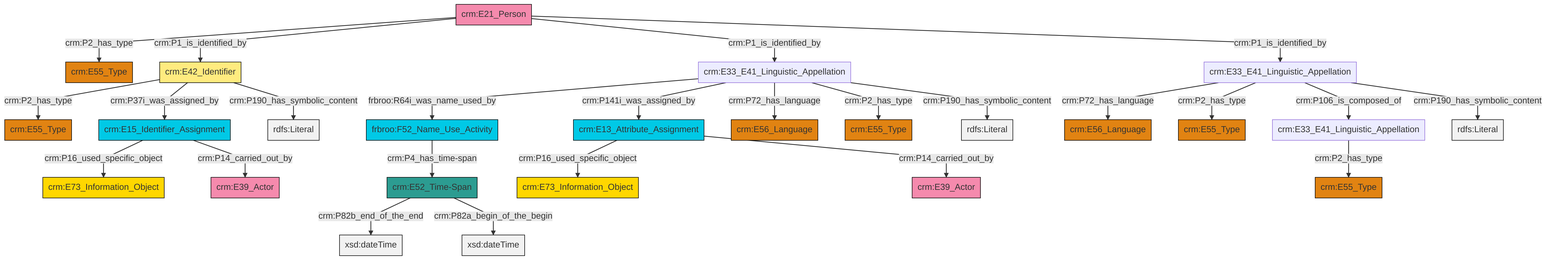
This is et/personCSV/ttl/mmd/png/Person_Names_and_Classification.png from swiss-art-research-net/reference-data-models, a Mermaid export, as it was before one commit. Its source is kept beside it as et/personCSV/ttl/mmd/Person_Names_and_Classification.ttl.mmd.
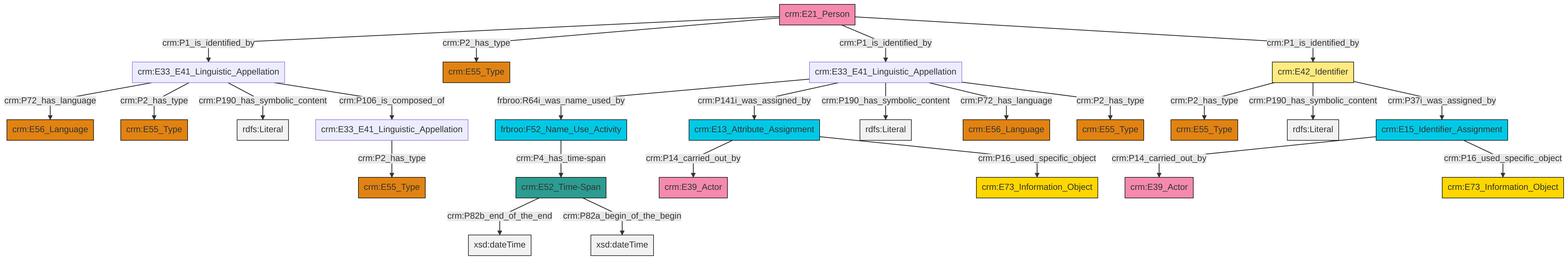
Above is the later version.

What changed in the source:
```diff
@@ -13,27 +13,27 @@
 classDef PC_Classes fill:#4ce600, stroke:#000000;
 classDef Multi fill:#cccccc,stroke:#000000;
 
-0["crm:E13_Attribute_Assignment"]:::Temporal_Entity -->|crm:P16_used_specific_object| 1["crm:E73_Information_Object"]:::Conceptual_Object
-2["crm:E42_Identifier"]:::Appellation -->|crm:P2_has_type| 3["crm:E55_Type"]:::Type
-4["crm:E21_Person"]:::Actor -->|crm:P2_has_type| 5["crm:E55_Type"]:::Type
-10["crm:E33_E41_Linguistic_Appellation"]:::Default -->|frbroo:R64i_was_name_used_by| 8["frbroo:F52_Name_Use_Activity"]:::Temporal_Entity
-8["frbroo:F52_Name_Use_Activity"]:::Temporal_Entity -->|crm:P4_has_time-span| 13["crm:E52_Time-Span"]:::Time-Span
-10["crm:E33_E41_Linguistic_Appellation"]:::Default -->|crm:P141i_was_assigned_by| 0["crm:E13_Attribute_Assignment"]:::Temporal_Entity
-20["crm:E15_Identifier_Assignment"]:::Temporal_Entity -->|crm:P16_used_specific_object| 17["crm:E73_Information_Object"]:::Conceptual_Object
-2["crm:E42_Identifier"]:::Appellation -->|crm:P37i_was_assigned_by| 20["crm:E15_Identifier_Assignment"]:::Temporal_Entity
-15["crm:E33_E41_Linguistic_Appellation"]:::Default -->|crm:P72_has_language| 24["crm:E56_Language"]:::Type
-13["crm:E52_Time-Span"]:::Time-Span -->|crm:P82b_end_of_the_end| 25[xsd:dateTime]:::Literal
-4["crm:E21_Person"]:::Actor -->|crm:P1_is_identified_by| 2["crm:E42_Identifier"]:::Appellation
-10["crm:E33_E41_Linguistic_Appellation"]:::Default -->|crm:P72_has_language| 26["crm:E56_Language"]:::Type
-21["crm:E33_E41_Linguistic_Appellation"]:::Default -->|crm:P2_has_type| 28["crm:E55_Type"]:::Type
-4["crm:E21_Person"]:::Actor -->|crm:P1_is_identified_by| 10["crm:E33_E41_Linguistic_Appellation"]:::Default
-2["crm:E42_Identifier"]:::Appellation -->|crm:P190_has_symbolic_content| 30[rdfs:Literal]:::Literal
-15["crm:E33_E41_Linguistic_Appellation"]:::Default -->|crm:P2_has_type| 33["crm:E55_Type"]:::Type
-10["crm:E33_E41_Linguistic_Appellation"]:::Default -->|crm:P2_has_type| 6["crm:E55_Type"]:::Type
-10["crm:E33_E41_Linguistic_Appellation"]:::Default -->|crm:P190_has_symbolic_content| 35[rdfs:Literal]:::Literal
-20["crm:E15_Identifier_Assignment"]:::Temporal_Entity -->|crm:P14_carried_out_by| 38["crm:E39_Actor"]:::Actor
-15["crm:E33_E41_Linguistic_Appellation"]:::Default -->|crm:P106_is_composed_of| 21["crm:E33_E41_Linguistic_Appellation"]:::Default
-13["crm:E52_Time-Span"]:::Time-Span -->|crm:P82a_begin_of_the_begin| 39[xsd:dateTime]:::Literal
-0["crm:E13_Attribute_Assignment"]:::Temporal_Entity -->|crm:P14_carried_out_by| 40["crm:E39_Actor"]:::Actor
-4["crm:E21_Person"]:::Actor -->|crm:P1_is_identified_by| 15["crm:E33_E41_Linguistic_Appellation"]:::Default
-15["crm:E33_E41_Linguistic_Appellation"]:::Default -->|crm:P190_has_symbolic_content| 42[rdfs:Literal]:::Literal
+0["crm:E42_Identifier"]:::Appellation -->|crm:P2_has_type| 1["crm:E55_Type"]:::Type
+11["crm:E13_Attribute_Assignment"]:::Temporal_Entity -->|crm:P14_carried_out_by| 12["crm:E39_Actor"]:::Actor
+13["crm:E21_Person"]:::Actor -->|crm:P1_is_identified_by| 6["crm:E33_E41_Linguistic_Appellation"]:::Default
+13["crm:E21_Person"]:::Actor -->|crm:P2_has_type| 14["crm:E55_Type"]:::Type
+17["crm:E33_E41_Linguistic_Appellation"]:::Default -->|frbroo:R64i_was_name_used_by| 18["frbroo:F52_Name_Use_Activity"]:::Temporal_Entity
+25["crm:E52_Time-Span"]:::Time-Span -->|crm:P82b_end_of_the_end| 26[xsd:dateTime]:::Literal
+29["crm:E15_Identifier_Assignment"]:::Temporal_Entity -->|crm:P14_carried_out_by| 9["crm:E39_Actor"]:::Actor
+6["crm:E33_E41_Linguistic_Appellation"]:::Default -->|crm:P72_has_language| 23["crm:E56_Language"]:::Type
+11["crm:E13_Attribute_Assignment"]:::Temporal_Entity -->|crm:P16_used_specific_object| 31["crm:E73_Information_Object"]:::Conceptual_Object
+18["frbroo:F52_Name_Use_Activity"]:::Temporal_Entity -->|crm:P4_has_time-span| 25["crm:E52_Time-Span"]:::Time-Span
+17["crm:E33_E41_Linguistic_Appellation"]:::Default -->|crm:P141i_was_assigned_by| 11["crm:E13_Attribute_Assignment"]:::Temporal_Entity
+29["crm:E15_Identifier_Assignment"]:::Temporal_Entity -->|crm:P16_used_specific_object| 34["crm:E73_Information_Object"]:::Conceptual_Object
+6["crm:E33_E41_Linguistic_Appellation"]:::Default -->|crm:P2_has_type| 4["crm:E55_Type"]:::Type
+21["crm:E33_E41_Linguistic_Appellation"]:::Default -->|crm:P2_has_type| 19["crm:E55_Type"]:::Type
+17["crm:E33_E41_Linguistic_Appellation"]:::Default -->|crm:P190_has_symbolic_content| 39[rdfs:Literal]:::Literal
+6["crm:E33_E41_Linguistic_Appellation"]:::Default -->|crm:P190_has_symbolic_content| 41[rdfs:Literal]:::Literal
+25["crm:E52_Time-Span"]:::Time-Span -->|crm:P82a_begin_of_the_begin| 42[xsd:dateTime]:::Literal
+0["crm:E42_Identifier"]:::Appellation -->|crm:P190_has_symbolic_content| 43[rdfs:Literal]:::Literal
+6["crm:E33_E41_Linguistic_Appellation"]:::Default -->|crm:P106_is_composed_of| 21["crm:E33_E41_Linguistic_Appellation"]:::Default
+13["crm:E21_Person"]:::Actor -->|crm:P1_is_identified_by| 17["crm:E33_E41_Linguistic_Appellation"]:::Default
+17["crm:E33_E41_Linguistic_Appellation"]:::Default -->|crm:P72_has_language| 2["crm:E56_Language"]:::Type
+13["crm:E21_Person"]:::Actor -->|crm:P1_is_identified_by| 0["crm:E42_Identifier"]:::Appellation
+0["crm:E42_Identifier"]:::Appellation -->|crm:P37i_was_assigned_by| 29["crm:E15_Identifier_Assignment"]:::Temporal_Entity
+17["crm:E33_E41_Linguistic_Appellation"]:::Default -->|crm:P2_has_type| 27["crm:E55_Type"]:::Type
```
